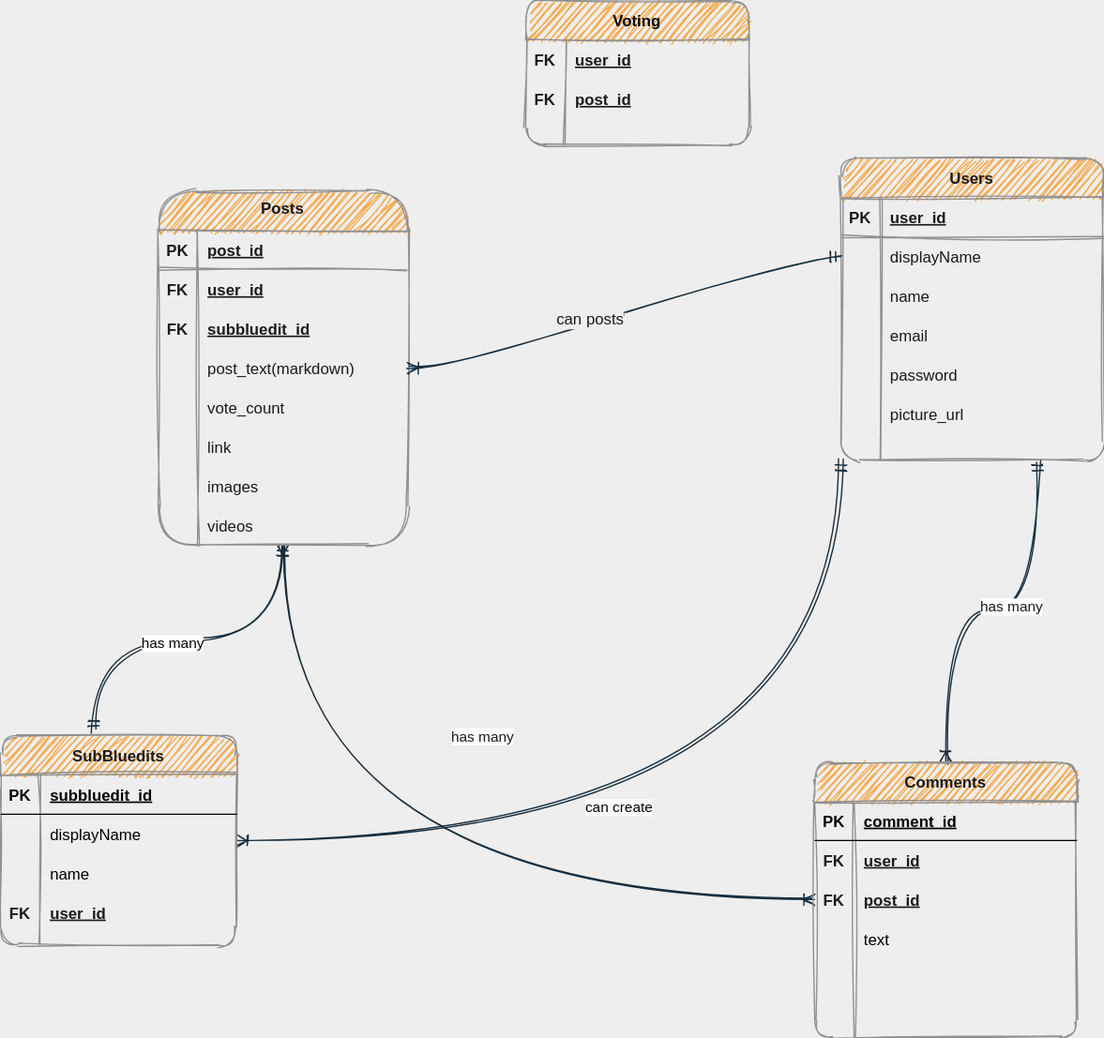
mgkyawmyotun/bluedit keeps this draw.io diagram as design/databaseDesign.svg. Above is the earlier version. Source tidied: cells renumbered, new cells last; positions are measured from the earlier drawing's top-left corner, leaving out a move shared by most shapes.
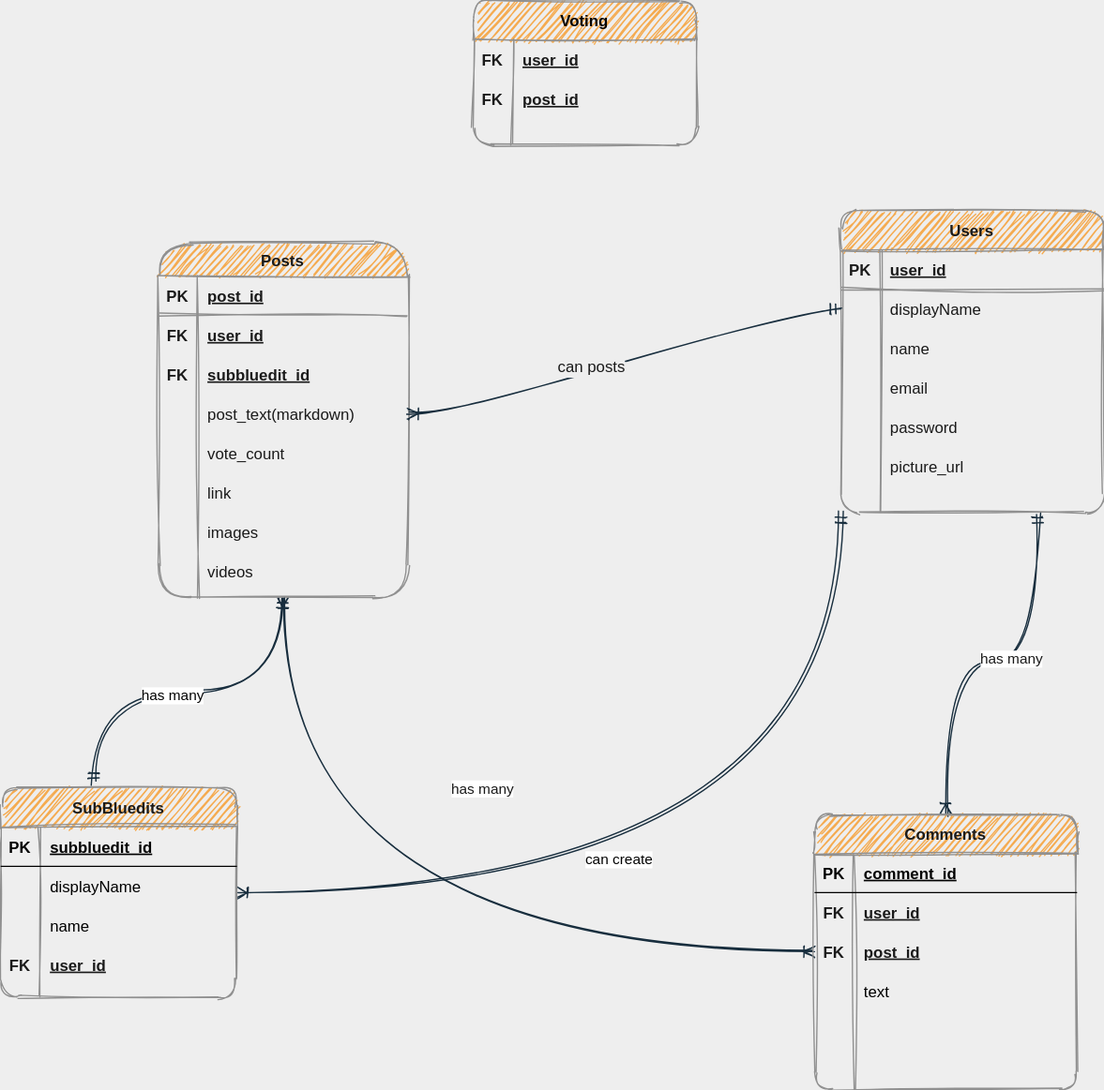
Above is the later version.

Diff of the diagram source:
```diff
@@ -65,11 +65,11 @@
     <mxCell id="22" value="has many" style="edgeLabel;html=1;align=center;verticalAlign=middle;fontColor=#030303;" parent="21" vertex="1">
       <mxGeometry x="0.1" y="2" relative="1" as="geometry" />
     </mxCell>
-    <mxCell id="23" value="Posts" style="shape=table;startSize=30;rowLines=0;fontStyle=1;align=center;fillColor=#F5AB50;strokeColor=#909090;fontColor=#1A1A1A;rounded=1;sketch=1;labelBorderColor=none;labelBackgroundColor=none;verticalAlign=top;arcSize=38;" parent="1" vertex="1">
+    <mxCell id="23" value="Posts" style="shape=table;startSize=25;rowLines=0;fontStyle=1;align=center;fillColor=#F5AB50;strokeColor=#909090;fontColor=#1A1A1A;rounded=1;sketch=1;labelBorderColor=none;labelBackgroundColor=none;verticalAlign=top;arcSize=38;" parent="1" vertex="1">
       <mxGeometry x="120" y="145" width="190" height="270" as="geometry" />
     </mxCell>
     <mxCell id="24" style="shape=partialRectangle;fillColor=none;top=0;left=0;bottom=1;right=0;strokeColor=#909090;fontColor=#1A1A1A;rounded=1;sketch=1;" parent="23" vertex="1">
-      <mxGeometry y="30" width="190" height="30" as="geometry" />
+      <mxGeometry y="25" width="190" height="30" as="geometry" />
     </mxCell>
     <mxCell id="25" value="PK" style="shape=partialRectangle;fillColor=none;top=0;left=0;bottom=0;right=0;fontStyle=1;overflow=hidden;strokeColor=#909090;fontColor=#1A1A1A;rounded=1;sketch=1;" parent="24" vertex="1">
       <mxGeometry width="30" height="30" as="geometry" />
@@ -78,7 +78,7 @@
       <mxGeometry x="30" width="160" height="30" as="geometry" />
     </mxCell>
     <mxCell id="27" style="shape=partialRectangle;fillColor=none;top=0;left=0;bottom=0;right=0;strokeColor=#909090;fontColor=#1A1A1A;rounded=1;sketch=1;" parent="23" vertex="1">
-      <mxGeometry y="60" width="190" height="30" as="geometry" />
+      <mxGeometry y="55" width="190" height="30" as="geometry" />
     </mxCell>
     <mxCell id="28" value="FK" style="shape=partialRectangle;fillColor=none;top=0;left=0;bottom=0;right=0;overflow=hidden;strokeWidth=1;fontSize=12;fontStyle=1;strokeColor=#909090;fontColor=#1A1A1A;rounded=1;sketch=1;" parent="27" vertex="1">
       <mxGeometry width="30" height="30" as="geometry" />
@@ -87,7 +87,7 @@
       <mxGeometry x="30" width="160" height="30" as="geometry" />
     </mxCell>
     <mxCell id="30" style="shape=partialRectangle;fillColor=none;top=0;left=0;bottom=0;right=0;strokeColor=#909090;fontColor=#1A1A1A;rounded=1;sketch=1;" parent="23" vertex="1">
-      <mxGeometry y="90" width="190" height="30" as="geometry" />
+      <mxGeometry y="85" width="190" height="30" as="geometry" />
     </mxCell>
     <mxCell id="31" value="FK" style="shape=partialRectangle;fillColor=none;top=0;left=0;bottom=0;right=0;overflow=hidden;strokeWidth=1;fontSize=12;fontStyle=1;strokeColor=#909090;fontColor=#1A1A1A;rounded=1;sketch=1;" parent="30" vertex="1">
       <mxGeometry width="30" height="30" as="geometry" />
@@ -96,7 +96,7 @@
       <mxGeometry x="30" width="160" height="30" as="geometry" />
     </mxCell>
     <mxCell id="33" style="shape=partialRectangle;fillColor=none;top=0;left=0;bottom=0;right=0;points=[[0,0.5],[1,0.5]];portConstraint=eastwest;strokeColor=#909090;fontColor=#1A1A1A;rounded=1;sketch=1;" parent="23" vertex="1">
-      <mxGeometry y="120" width="190" height="30" as="geometry" />
+      <mxGeometry y="115" width="190" height="30" as="geometry" />
     </mxCell>
     <mxCell id="34" style="shape=partialRectangle;fillColor=none;top=0;left=0;bottom=0;right=0;overflow=hidden;strokeColor=#909090;fontColor=#1A1A1A;rounded=1;sketch=1;" parent="33" vertex="1">
       <mxGeometry width="30" height="30" as="geometry" />
@@ -105,7 +105,7 @@
       <mxGeometry x="30" width="160" height="30" as="geometry" />
     </mxCell>
     <mxCell id="36" style="shape=partialRectangle;fillColor=none;top=0;left=0;bottom=0;right=0;strokeColor=#909090;fontColor=#1A1A1A;rounded=1;sketch=1;" parent="23" vertex="1">
-      <mxGeometry y="150" width="190" height="30" as="geometry" />
+      <mxGeometry y="145" width="190" height="30" as="geometry" />
     </mxCell>
     <mxCell id="37" style="shape=partialRectangle;fillColor=none;top=0;left=0;bottom=0;right=0;overflow=hidden;strokeColor=#909090;fontColor=#1A1A1A;rounded=1;sketch=1;" parent="36" vertex="1">
       <mxGeometry width="30" height="30" as="geometry" />
@@ -114,7 +114,7 @@
       <mxGeometry x="30" width="160" height="30" as="geometry" />
     </mxCell>
     <mxCell id="39" style="shape=partialRectangle;fillColor=none;top=0;left=0;bottom=0;right=0;strokeColor=#909090;fontColor=#1A1A1A;rounded=1;sketch=1;" parent="23" vertex="1">
-      <mxGeometry y="180" width="190" height="30" as="geometry" />
+      <mxGeometry y="175" width="190" height="30" as="geometry" />
     </mxCell>
     <mxCell id="40" style="shape=partialRectangle;fillColor=none;top=0;left=0;bottom=0;right=0;overflow=hidden;strokeColor=#909090;fontColor=#1A1A1A;rounded=1;sketch=1;" parent="39" vertex="1">
       <mxGeometry width="30" height="30" as="geometry" />
@@ -123,7 +123,7 @@
       <mxGeometry x="30" width="160" height="30" as="geometry" />
     </mxCell>
     <mxCell id="42" style="shape=partialRectangle;fillColor=none;top=0;left=0;bottom=0;right=0;strokeColor=#909090;fontColor=#1A1A1A;rounded=1;sketch=1;" parent="23" vertex="1">
-      <mxGeometry y="210" width="190" height="30" as="geometry" />
+      <mxGeometry y="205" width="190" height="30" as="geometry" />
     </mxCell>
     <mxCell id="43" style="shape=partialRectangle;fillColor=none;top=0;left=0;bottom=0;right=0;overflow=hidden;strokeColor=#909090;fontColor=#1A1A1A;rounded=1;sketch=1;" parent="42" vertex="1">
       <mxGeometry width="30" height="30" as="geometry" />
@@ -132,7 +132,7 @@
       <mxGeometry x="30" width="160" height="30" as="geometry" />
     </mxCell>
     <mxCell id="45" style="shape=partialRectangle;fillColor=none;top=0;left=0;bottom=0;right=0;strokeColor=#909090;fontColor=#1A1A1A;rounded=1;sketch=1;" parent="23" vertex="1">
-      <mxGeometry y="240" width="190" height="30" as="geometry" />
+      <mxGeometry y="235" width="190" height="30" as="geometry" />
     </mxCell>
     <mxCell id="46" style="shape=partialRectangle;fillColor=none;top=0;left=0;bottom=0;right=0;overflow=hidden;strokeColor=#909090;fontColor=#1A1A1A;rounded=1;sketch=1;" parent="45" vertex="1">
       <mxGeometry width="30" height="30" as="geometry" />
@@ -256,7 +256,7 @@
       <mxGeometry x="30" width="150" height="30" as="geometry" />
     </mxCell>
     <mxCell id="85" value="Voting" style="shape=table;startSize=30;rowLines=0;fontStyle=1;align=center;rounded=1;labelBackgroundColor=none;sketch=1;strokeColor=#909090;fillColor=#F5AB50;fontColor=#030303;" parent="1" vertex="1">
-      <mxGeometry x="400" width="170" height="110" as="geometry" />
+      <mxGeometry x="360" y="-40" width="170" height="110" as="geometry" />
     </mxCell>
     <mxCell id="86" style="shape=partialRectangle;fillColor=none;top=0;left=0;bottom=0;right=0;strokeColor=#909090;fontColor=#1A1A1A;rounded=1;sketch=1;" parent="85" vertex="1">
       <mxGeometry y="30" width="170" height="30" as="geometry" />
```
